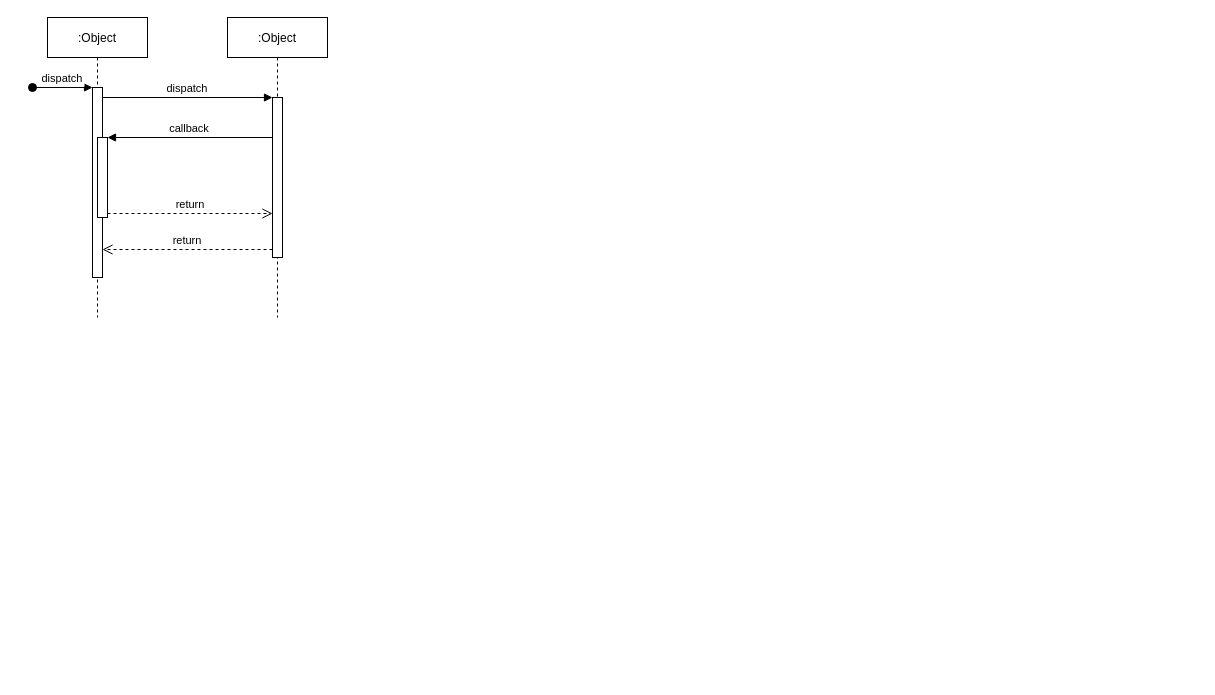
Earlier version of the draw.io diagram CreatePDUSession.drawio (micjerry/5GC_SequenceDiagrams). Source tidied: cells renumbered, new cells numbered last; positions are measured from the earlier drawing's top-left corner, leaving out a move shared by most shapes. Both pictures are drawn from the tidied source at 100%, with x=0, y=0 at pixel (32, 17).
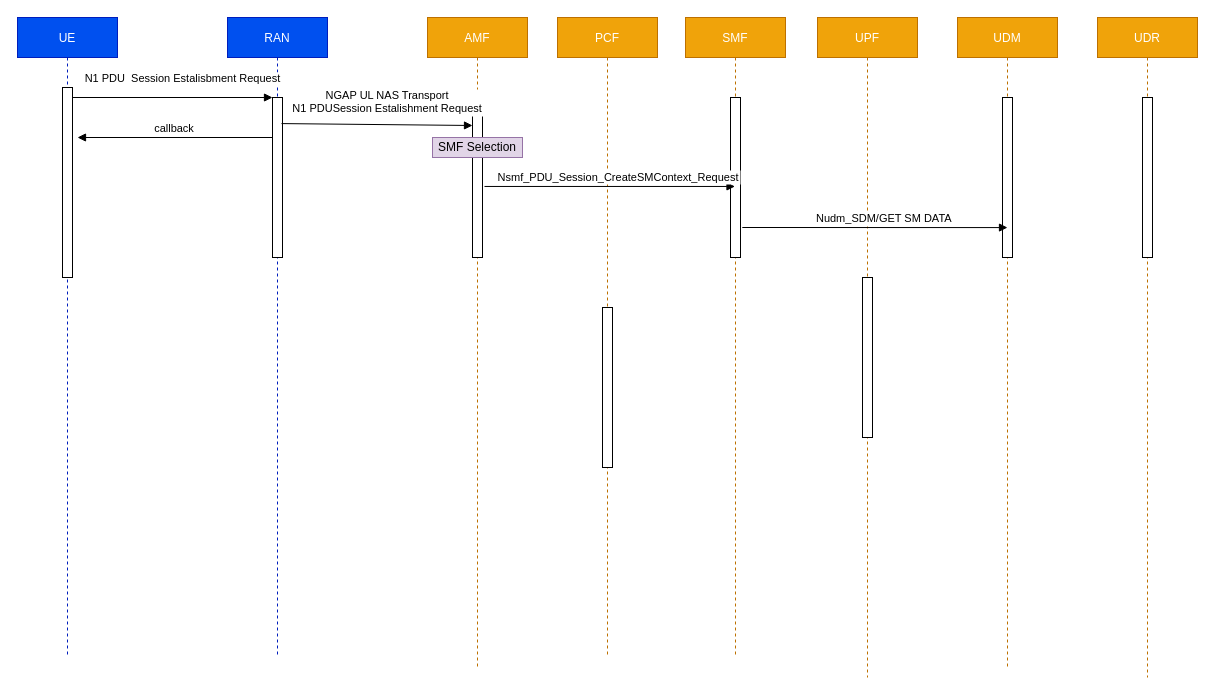
After the change.

Unchanged cells that the change refers to:
```xml
<mxCell id="3" style="points=[];perimeter=orthogonalPerimeter;rounded=0;shadow=0;strokeWidth=1;" parent="2" vertex="1">
  <mxGeometry x="45" y="70" width="10" height="190" as="geometry" />
</mxCell>
<mxCell id="7" style="points=[];perimeter=orthogonalPerimeter;rounded=0;shadow=0;strokeWidth=1;" parent="6" vertex="1">
  <mxGeometry x="45" y="80" width="10" height="160" as="geometry" />
</mxCell>
```

The edit, as a diff of the source:
```diff
@@
-    <mxCell id="2" value=":Object" style="shape=umlLifeline;perimeter=lifelinePerimeter;rounded=0;shadow=0;strokeWidth=1;" parent="1" vertex="1">
-      <mxGeometry x="15" width="100" height="300" as="geometry" />
+    <mxCell id="2" value="UE" style="shape=umlLifeline;perimeter=lifelinePerimeter;rounded=0;shadow=0;strokeWidth=1;fillColor=#0050ef;strokeColor=#001DBC;fontColor=#ffffff;" parent="1" vertex="1">
+      <mxGeometry x="-15" width="100" height="640" as="geometry" />
     </mxCell>
@@
-    <mxCell id="4" value="dispatch" style="verticalAlign=bottom;startArrow=oval;endArrow=block;startSize=8;shadow=0;strokeWidth=1;" parent="2" edge="1" target="3">
-      <mxGeometry relative="1" as="geometry">
-        <mxPoint x="-15" y="70" as="sourcePoint" />
-      </mxGeometry>
-    </mxCell>
-    <mxCell id="5" style="points=[];perimeter=orthogonalPerimeter;rounded=0;shadow=0;strokeWidth=1;" parent="2" vertex="1">
-      <mxGeometry x="50" y="120" width="10" height="80" as="geometry" />
-    </mxCell>
-    <mxCell id="6" value=":Object" style="shape=umlLifeline;perimeter=lifelinePerimeter;rounded=0;shadow=0;strokeWidth=1;" parent="1" vertex="1">
-      <mxGeometry x="195" width="100" height="300" as="geometry" />
+    <mxCell id="6" value="RAN" style="shape=umlLifeline;perimeter=lifelinePerimeter;rounded=0;shadow=0;strokeWidth=1;fillColor=#0050ef;strokeColor=#001DBC;fontColor=#ffffff;" parent="1" vertex="1">
+      <mxGeometry x="195" width="100" height="640" as="geometry" />
     </mxCell>
@@
-    <mxCell id="8" value="return" style="verticalAlign=bottom;endArrow=open;dashed=1;endSize=8;exitX=0;exitY=0.95;shadow=0;strokeWidth=1;" parent="1" edge="1" source="7" target="3">
-      <mxGeometry relative="1" as="geometry" />
-    </mxCell>
-    <mxCell id="9" value="dispatch" style="verticalAlign=bottom;endArrow=block;entryX=0;entryY=0;shadow=0;strokeWidth=1;" parent="1" edge="1" source="3" target="7">
-      <mxGeometry relative="1" as="geometry" />
+    <mxCell id="9" value="N1 PDU  Session Estalisbment Request " style="verticalAlign=bottom;endArrow=block;entryX=0;entryY=0;shadow=0;strokeWidth=1;" parent="1" edge="1" source="3" target="7">
+      <mxGeometry x="0.12" y="10" relative="1" as="geometry" />
     </mxCell>
-    <mxCell id="10" value="callback" style="verticalAlign=bottom;endArrow=block;entryX=1;entryY=0;shadow=0;strokeWidth=1;" parent="1" edge="1" source="7" target="5">
-      <mxGeometry relative="1" as="geometry" />
+    <mxCell id="10" value="callback" style="verticalAlign=bottom;endArrow=block;entryX=1;entryY=0;shadow=0;strokeWidth=1;" parent="1" edge="1" source="7">
+      <mxGeometry relative="1" as="geometry">
+        <mxPoint x="45" y="120" as="targetPoint" />
+      </mxGeometry>
     </mxCell>
-    <mxCell id="11" value="return" style="verticalAlign=bottom;endArrow=open;dashed=1;endSize=8;exitX=1;exitY=0.95;shadow=0;strokeWidth=1;" parent="1" edge="1" source="5" target="7">
-      <mxGeometry relative="1" as="geometry" />
-    </mxCell>
+    <mxCell id="12" value="PCF" style="shape=umlLifeline;perimeter=lifelinePerimeter;rounded=0;shadow=0;strokeWidth=1;fillColor=#f0a30a;strokeColor=#BD7000;fontColor=#ffffff;" parent="1" vertex="1">
+      <mxGeometry x="525" width="100" height="640" as="geometry" />
+    </mxCell>
+    <mxCell id="13" style="perimeter=orthogonalPerimeter;rounded=0;shadow=0;strokeWidth=1;" parent="12" vertex="1">
+      <mxGeometry x="45" y="290" width="10" height="160" as="geometry" />
+    </mxCell>
+    <mxCell id="14" value="SMF" style="shape=umlLifeline;perimeter=lifelinePerimeter;rounded=0;shadow=0;strokeWidth=1;fillColor=#f0a30a;strokeColor=#BD7000;fontColor=#ffffff;" parent="1" vertex="1">
+      <mxGeometry x="653" width="100" height="640" as="geometry" />
+    </mxCell>
+    <mxCell id="15" style="perimeter=orthogonalPerimeter;rounded=0;shadow=0;strokeWidth=1;" parent="14" vertex="1">
+      <mxGeometry x="45" y="80" width="10" height="160" as="geometry" />
+    </mxCell>
+    <mxCell id="16" value="UPF" style="shape=umlLifeline;perimeter=lifelinePerimeter;rounded=0;shadow=0;strokeWidth=1;fillColor=#f0a30a;strokeColor=#BD7000;fontColor=#ffffff;" parent="1" vertex="1">
+      <mxGeometry x="785" width="100" height="660" as="geometry" />
+    </mxCell>
+    <mxCell id="17" style="perimeter=orthogonalPerimeter;rounded=0;shadow=0;strokeWidth=1;" parent="16" vertex="1">
+      <mxGeometry x="45" y="260" width="10" height="160" as="geometry" />
+    </mxCell>
+    <mxCell id="18" value="UDM" style="shape=umlLifeline;perimeter=lifelinePerimeter;rounded=0;shadow=0;strokeWidth=1;fillColor=#f0a30a;strokeColor=#BD7000;fontColor=#ffffff;" parent="1" vertex="1">
+      <mxGeometry x="925" width="100" height="650" as="geometry" />
+    </mxCell>
+    <mxCell id="19" style="points=[];perimeter=orthogonalPerimeter;rounded=0;shadow=0;strokeWidth=1;" parent="18" vertex="1">
+      <mxGeometry x="45" y="80" width="10" height="160" as="geometry" />
+    </mxCell>
+    <mxCell id="20" value="UDR" style="shape=umlLifeline;perimeter=lifelinePerimeter;rounded=0;shadow=0;strokeWidth=1;fillColor=#f0a30a;strokeColor=#BD7000;fontColor=#ffffff;" parent="1" vertex="1">
+      <mxGeometry x="1065" width="100" height="660" as="geometry" />
+    </mxCell>
+    <mxCell id="21" style="perimeter=orthogonalPerimeter;rounded=0;shadow=0;strokeWidth=1;" parent="20" vertex="1">
+      <mxGeometry x="45" y="80" width="10" height="160" as="geometry" />
+    </mxCell>
+    <mxCell id="22" value="AMF" style="shape=umlLifeline;perimeter=lifelinePerimeter;rounded=0;shadow=0;strokeWidth=1;fillColor=#f0a30a;strokeColor=#BD7000;fontColor=#ffffff;" parent="1" vertex="1">
+      <mxGeometry x="395" width="100" height="650" as="geometry" />
+    </mxCell>
+    <mxCell id="23" style="points=[];perimeter=orthogonalPerimeter;rounded=0;shadow=0;strokeWidth=1;" parent="22" vertex="1">
+      <mxGeometry x="45" y="80" width="10" height="160" as="geometry" />
+    </mxCell>
+    <mxCell id="24" value="NGAP UL NAS Transport&#10;N1 PDUSession Estalishment Request" style="verticalAlign=bottom;endArrow=block;entryX=0;entryY=0.175;shadow=0;strokeWidth=1;exitX=0.9;exitY=0.163;exitDx=0;exitDy=0;exitPerimeter=0;entryDx=0;entryDy=0;entryPerimeter=0;" parent="1" edge="1" source="7" target="23">
+      <mxGeometry x="0.11" y="7" relative="1" as="geometry" />
+    </mxCell>
+    <mxCell id="25" value="Nsmf_PDU_Session_CreateSMContext_Request" style="verticalAlign=bottom;endArrow=block;shadow=0;strokeWidth=1;exitX=1.2;exitY=0.556;exitDx=0;exitDy=0;exitPerimeter=0;" parent="1" edge="1" source="23" target="14">
+      <mxGeometry x="0.07" relative="1" as="geometry" />
+    </mxCell>
+    <mxCell id="26" value="SMF Selection" style="rounded=0;whiteSpace=wrap;html=1;fillColor=#e1d5e7;strokeColor=#9673a6;" parent="1" vertex="1">
+      <mxGeometry x="400" y="120" width="90" height="20" as="geometry" />
+    </mxCell>
+    <mxCell id="27" value="Nudm_SDM/GET SM DATA" style="verticalAlign=bottom;endArrow=block;shadow=0;strokeWidth=1;exitX=1.2;exitY=0.556;exitDx=0;exitDy=0;exitPerimeter=0;entryX=0.5;entryY=0.813;entryDx=0;entryDy=0;entryPerimeter=0;" parent="1" edge="1" target="19">
+      <mxGeometry x="0.07" relative="1" as="geometry">
+        <mxPoint x="709.8" y="210" as="sourcePoint" />
+      </mxGeometry>
+    </mxCell>
```
